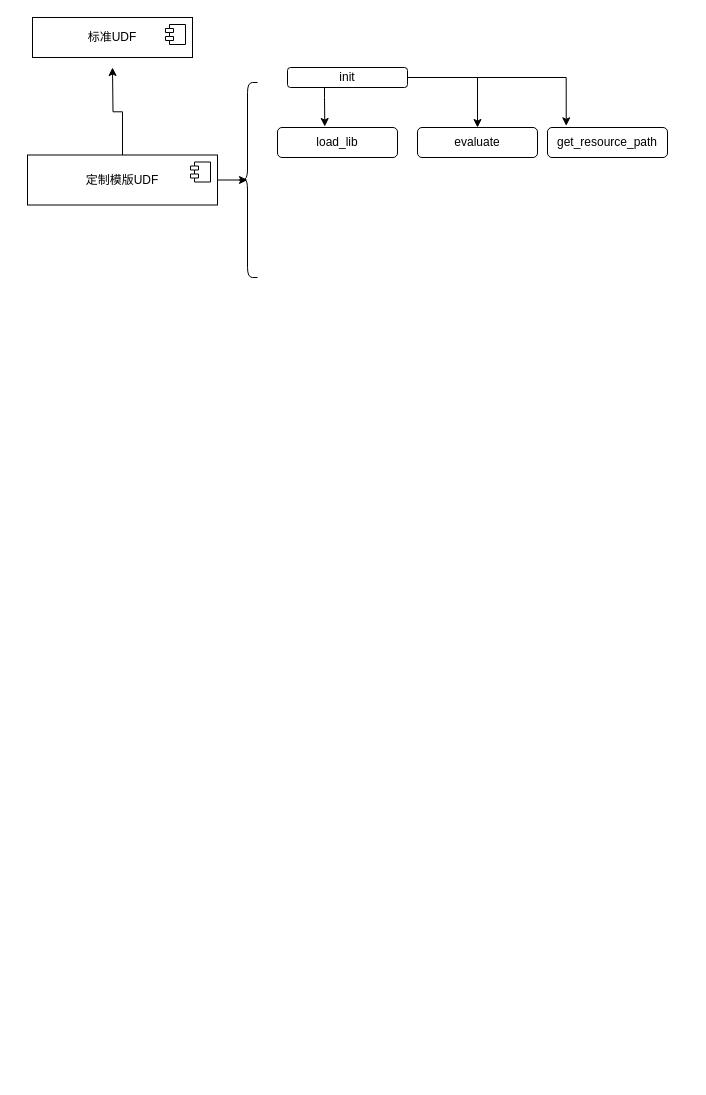
Before: 未命名绘图.drawio in nieo2002/20K-cities, a draw.io diagram. Source tidied: cells renumbered, new cells numbered last; positions are measured from the earlier drawing's top-left corner, leaving out a move shared by most shapes. Both pictures are drawn from the tidied source at 100%, with x=0, y=0 at pixel (27, 17).
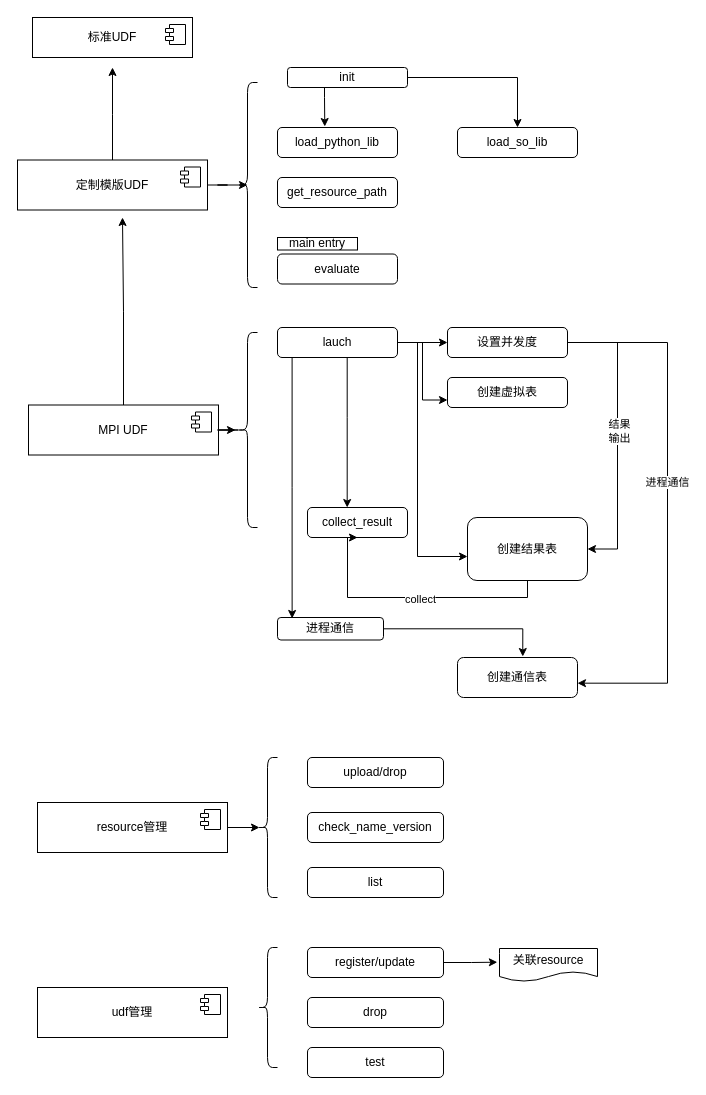
Above is the later version.

Unchanged cells that the change refers to:
```xml
<mxCell id="10" value="init" style="rounded=1;whiteSpace=wrap;html=1;" parent="1" vertex="1">
  <mxGeometry x="260" y="50" width="120" height="20" as="geometry" />
</mxCell>
```

The edit, as a diff of the source:
```diff
@@
     <mxCell id="5" value="定制模版UDF" style="html=1;whiteSpace=wrap;" parent="1" vertex="1">
-      <mxGeometry y="137.5" width="190" height="50" as="geometry" />
+      <mxGeometry x="-10" y="142.5" width="190" height="50" as="geometry" />
     </mxCell>
@@
     <mxCell id="7" style="shape=curlyBracket;whiteSpace=wrap;html=1;rounded=1;labelPosition=left;verticalLabelPosition=middle;align=right;verticalAlign=middle;" parent="1" vertex="1">
-      <mxGeometry x="210" y="65" width="20" height="195" as="geometry" />
+      <mxGeometry x="210" y="65" width="20" height="205" as="geometry" />
     </mxCell>
@@
-    <mxCell id="9" style="edgeStyle=orthogonalEdgeStyle;rounded=0;jettySize=auto;html=1;entryX=0.5;entryY=0;entryDx=0;entryDy=0;" parent="1" edge="1" source="10" target="15">
-      <mxGeometry relative="1" as="geometry" />
-    </mxCell>
+    <mxCell id="16" style="edgeStyle=orthogonalEdgeStyle;rounded=0;jettySize=auto;html=1;" parent="1" edge="1" source="10" target="17">
+      <mxGeometry relative="1" as="geometry" />
+    </mxCell>
@@
     <mxCell id="11" value="get_resource_path" style="rounded=1;whiteSpace=wrap;html=1;" parent="1" vertex="1">
-      <mxGeometry x="520" y="110" width="120" height="30" as="geometry" />
+      <mxGeometry x="250" y="160" width="120" height="30" as="geometry" />
     </mxCell>
-    <mxCell id="12" value="load_lib" style="rounded=1;whiteSpace=wrap;html=1;" parent="1" vertex="1">
+    <mxCell id="12" value="load_python_lib" style="rounded=1;whiteSpace=wrap;html=1;" parent="1" vertex="1">
       <mxGeometry x="250" y="110" width="120" height="30" as="geometry" />
     </mxCell>
@@
-    <mxCell id="14" style="edgeStyle=orthogonalEdgeStyle;rounded=0;jettySize=auto;html=1;entryX=0.156;entryY=-0.056;entryDx=0;entryDy=0;entryPerimeter=0;" parent="1" edge="1" source="10" target="11">
-      <mxGeometry relative="1" as="geometry" />
-    </mxCell>
     <mxCell id="15" value="evaluate" style="rounded=1;whiteSpace=wrap;html=1;" parent="1" vertex="1">
-      <mxGeometry x="390" y="110" width="120" height="30" as="geometry" />
+      <mxGeometry x="250" y="236.5" width="120" height="30" as="geometry" />
     </mxCell>
+    <mxCell id="17" value="load_so_lib" style="rounded=1;whiteSpace=wrap;html=1;" parent="1" vertex="1">
+      <mxGeometry x="430" y="110" width="120" height="30" as="geometry" />
+    </mxCell>
+    <mxCell id="18" value="main entry" style="rounded=0;whiteSpace=wrap;html=1;" parent="1" vertex="1">
+      <mxGeometry x="250" y="220" width="80" height="12.5" as="geometry" />
+    </mxCell>
+    <mxCell id="19" value="resource管理" style="html=1;whiteSpace=wrap;" parent="1" vertex="1">
+      <mxGeometry x="10" y="785" width="190" height="50" as="geometry" />
+    </mxCell>
+    <mxCell id="20" style="shape=module;jettyWidth=8;jettyHeight=4;" parent="19" vertex="1">
+      <mxGeometry x="1" width="20" height="20" relative="1" as="geometry">
+        <mxPoint x="-27" y="7" as="offset" />
+      </mxGeometry>
+    </mxCell>
+    <mxCell id="21" style="shape=curlyBracket;whiteSpace=wrap;html=1;rounded=1;labelPosition=left;verticalLabelPosition=middle;align=right;verticalAlign=middle;" parent="1" vertex="1">
+      <mxGeometry x="230" y="740" width="20" height="140" as="geometry" />
+    </mxCell>
+    <mxCell id="22" value="upload/drop" style="rounded=1;whiteSpace=wrap;html=1;" parent="1" vertex="1">
+      <mxGeometry x="280" y="740" width="136" height="30" as="geometry" />
+    </mxCell>
+    <mxCell id="23" value="check_name_version" style="rounded=1;whiteSpace=wrap;html=1;" parent="1" vertex="1">
+      <mxGeometry x="280" y="795" width="136" height="30" as="geometry" />
+    </mxCell>
+    <mxCell id="24" style="edgeStyle=orthogonalEdgeStyle;rounded=0;jettySize=auto;html=1;entryX=0.1;entryY=0.5;entryDx=0;entryDy=0;entryPerimeter=0;" parent="1" edge="1" source="19" target="21">
+      <mxGeometry relative="1" as="geometry" />
+    </mxCell>
+    <mxCell id="25" value="udf管理" style="html=1;whiteSpace=wrap;" parent="1" vertex="1">
+      <mxGeometry x="10" y="970" width="190" height="50" as="geometry" />
+    </mxCell>
+    <mxCell id="26" style="shape=module;jettyWidth=8;jettyHeight=4;" parent="25" vertex="1">
+      <mxGeometry x="1" width="20" height="20" relative="1" as="geometry">
+        <mxPoint x="-27" y="7" as="offset" />
+      </mxGeometry>
+    </mxCell>
+    <mxCell id="27" style="shape=curlyBracket;whiteSpace=wrap;html=1;rounded=1;labelPosition=left;verticalLabelPosition=middle;align=right;verticalAlign=middle;" parent="1" vertex="1">
+      <mxGeometry x="230" y="930" width="20" height="120" as="geometry" />
+    </mxCell>
+    <mxCell id="28" value="register/update" style="rounded=1;whiteSpace=wrap;html=1;" parent="1" vertex="1">
+      <mxGeometry x="280" y="930" width="136" height="30" as="geometry" />
+    </mxCell>
+    <mxCell id="29" value="test" style="rounded=1;whiteSpace=wrap;html=1;" parent="1" vertex="1">
+      <mxGeometry x="280" y="1030" width="136" height="30" as="geometry" />
+    </mxCell>
+    <mxCell id="30" value="drop" style="rounded=1;whiteSpace=wrap;html=1;" parent="1" vertex="1">
+      <mxGeometry x="280" y="980" width="136" height="30" as="geometry" />
+    </mxCell>
+    <mxCell id="31" value="关联resource" style="shape=document;whiteSpace=wrap;html=1;boundedLbl=1;" parent="1" vertex="1">
+      <mxGeometry x="472" y="931" width="98" height="33" as="geometry" />
+    </mxCell>
+    <mxCell id="32" style="edgeStyle=orthogonalEdgeStyle;rounded=0;jettySize=auto;html=1;entryX=-0.022;entryY=0.415;entryDx=0;entryDy=0;entryPerimeter=0;" parent="1" edge="1" source="28" target="31">
+      <mxGeometry relative="1" as="geometry" />
+    </mxCell>
+    <mxCell id="33" value="list" style="rounded=1;whiteSpace=wrap;html=1;" parent="1" vertex="1">
+      <mxGeometry x="280" y="850" width="136" height="30" as="geometry" />
+    </mxCell>
+    <mxCell id="34" style="edgeStyle=orthogonalEdgeStyle;rounded=0;jettySize=auto;html=1;" parent="1" edge="1" source="35">
+      <mxGeometry relative="1" as="geometry">
+        <mxPoint x="95" y="200" as="targetPoint" />
+      </mxGeometry>
+    </mxCell>
+    <mxCell id="35" value="MPI UDF" style="html=1;whiteSpace=wrap;" parent="1" vertex="1">
+      <mxGeometry x="1" y="387.5" width="190" height="50" as="geometry" />
+    </mxCell>
+    <mxCell id="36" style="shape=module;jettyWidth=8;jettyHeight=4;" parent="35" vertex="1">
+      <mxGeometry x="1" width="20" height="20" relative="1" as="geometry">
+        <mxPoint x="-27" y="7" as="offset" />
+      </mxGeometry>
+    </mxCell>
+    <mxCell id="37" style="edgeStyle=orthogonalEdgeStyle;rounded=0;jettySize=auto;html=1;entryX=0;entryY=0.5;entryDx=0;entryDy=0;" parent="1" edge="1" source="40" target="43">
+      <mxGeometry relative="1" as="geometry" />
+    </mxCell>
+    <mxCell id="38" style="edgeStyle=orthogonalEdgeStyle;rounded=0;jettySize=auto;html=1;entryX=0;entryY=0.75;entryDx=0;entryDy=0;" parent="1" edge="1" source="40" target="44">
+      <mxGeometry relative="1" as="geometry" />
+    </mxCell>
+    <mxCell id="39" style="edgeStyle=orthogonalEdgeStyle;rounded=0;orthogonalLoop=1;jettySize=auto;html=1;" parent="1" edge="1">
+      <mxGeometry relative="1" as="geometry">
+        <mxPoint x="319.7" y="340" as="sourcePoint" />
+        <mxPoint x="319.7" y="490" as="targetPoint" />
+        <Array as="points">
+          <mxPoint x="319.7" y="400" />
+          <mxPoint x="319.7" y="400" />
+        </Array>
+      </mxGeometry>
+    </mxCell>
+    <mxCell id="40" value="lauch" style="rounded=1;whiteSpace=wrap;html=1;" parent="1" vertex="1">
+      <mxGeometry x="250" y="310" width="120" height="30" as="geometry" />
+    </mxCell>
+    <mxCell id="41" style="edgeStyle=orthogonalEdgeStyle;rounded=0;jettySize=auto;html=1;entryX=1;entryY=0.5;entryDx=0;entryDy=0;" parent="1" edge="1" source="43" target="50">
+      <mxGeometry relative="1" as="geometry">
+        <Array as="points">
+          <mxPoint x="590" y="325" />
+          <mxPoint x="590" y="532" />
+        </Array>
+      </mxGeometry>
+    </mxCell>
+    <mxCell id="42" value="结果&lt;br&gt;输出" style="edgeLabel;html=1;align=center;verticalAlign=middle;" parent="41" vertex="1">
+      <mxGeometry x="-0.04" y="1" relative="1" as="geometry" />
+    </mxCell>
+    <mxCell id="43" value="设置并发度" style="rounded=1;whiteSpace=wrap;html=1;" parent="1" vertex="1">
+      <mxGeometry x="420" y="310" width="120" height="30" as="geometry" />
+    </mxCell>
+    <mxCell id="44" value="创建虚拟表" style="rounded=1;whiteSpace=wrap;html=1;" parent="1" vertex="1">
+      <mxGeometry x="420" y="360" width="120" height="30" as="geometry" />
+    </mxCell>
+    <mxCell id="45" style="shape=curlyBracket;whiteSpace=wrap;html=1;rounded=1;labelPosition=left;verticalLabelPosition=middle;align=right;verticalAlign=middle;" parent="1" vertex="1">
+      <mxGeometry x="210" y="315" width="20" height="195" as="geometry" />
+    </mxCell>
+    <mxCell id="46" style="edgeStyle=orthogonalEdgeStyle;rounded=0;jettySize=auto;html=1;entryX=-0.1;entryY=0.5;entryDx=0;entryDy=0;entryPerimeter=0;" parent="1" edge="1" source="35" target="45">
+      <mxGeometry relative="1" as="geometry" />
+    </mxCell>
+    <mxCell id="47" value="collect_result" style="rounded=1;whiteSpace=wrap;html=1;" parent="1" vertex="1">
+      <mxGeometry x="280" y="490" width="100" height="30" as="geometry" />
+    </mxCell>
+    <mxCell id="48" style="edgeStyle=orthogonalEdgeStyle;rounded=0;jettySize=auto;html=1;entryX=0.5;entryY=1;entryDx=0;entryDy=0;" parent="1" edge="1" source="50" target="47">
+      <mxGeometry relative="1" as="geometry">
+        <Array as="points">
+          <mxPoint x="500" y="580" />
+          <mxPoint x="320" y="580" />
+        </Array>
+      </mxGeometry>
+    </mxCell>
+    <mxCell id="49" value="collect" style="edgeLabel;html=1;align=center;verticalAlign=middle;" parent="48" vertex="1">
+      <mxGeometry x="-0.06" y="1" relative="1" as="geometry" />
+    </mxCell>
+    <mxCell id="50" value="创建结果表" style="rounded=1;whiteSpace=wrap;html=1;" parent="1" vertex="1">
+      <mxGeometry x="440" y="500" width="120" height="63" as="geometry" />
+    </mxCell>
+    <mxCell id="51" style="edgeStyle=orthogonalEdgeStyle;rounded=0;orthogonalLoop=1;jettySize=auto;html=1;exitX=0.5;exitY=1;exitDx=0;exitDy=0;" parent="1" edge="1" source="50" target="50">
+      <mxGeometry relative="1" as="geometry" />
+    </mxCell>
+    <mxCell id="52" style="edgeStyle=orthogonalEdgeStyle;rounded=0;jettySize=auto;html=1;entryX=0;entryY=0.619;entryDx=0;entryDy=0;entryPerimeter=0;" parent="1" edge="1" source="40" target="50">
+      <mxGeometry relative="1" as="geometry">
+        <Array as="points">
+          <mxPoint x="390" y="325" />
+          <mxPoint x="390" y="539" />
+        </Array>
+      </mxGeometry>
+    </mxCell>
+    <mxCell id="53" value="进程通信" style="rounded=1;whiteSpace=wrap;html=1;" parent="1" vertex="1">
+      <mxGeometry x="250" y="600" width="106" height="22.5" as="geometry" />
+    </mxCell>
+    <mxCell id="54" style="edgeStyle=orthogonalEdgeStyle;rounded=0;jettySize=auto;html=1;entryX=0.138;entryY=0.044;entryDx=0;entryDy=0;entryPerimeter=0;" parent="1" edge="1" source="40" target="53">
+      <mxGeometry relative="1" as="geometry">
+        <Array as="points">
+          <mxPoint x="265" y="470" />
+        </Array>
+      </mxGeometry>
+    </mxCell>
+    <mxCell id="55" value="创建通信表" style="rounded=1;whiteSpace=wrap;html=1;" parent="1" vertex="1">
+      <mxGeometry x="430" y="640" width="120" height="40" as="geometry" />
+    </mxCell>
+    <mxCell id="56" style="edgeStyle=orthogonalEdgeStyle;rounded=0;jettySize=auto;html=1;entryX=0.544;entryY=-0.025;entryDx=0;entryDy=0;entryPerimeter=0;" parent="1" edge="1" source="53" target="55">
+      <mxGeometry relative="1" as="geometry" />
+    </mxCell>
+    <mxCell id="57" style="edgeStyle=orthogonalEdgeStyle;rounded=0;jettySize=auto;html=1;entryX=1;entryY=0.642;entryDx=0;entryDy=0;entryPerimeter=0;" parent="1" edge="1" source="43" target="55">
+      <mxGeometry relative="1" as="geometry">
+        <Array as="points">
+          <mxPoint x="640" y="325" />
+          <mxPoint x="640" y="666" />
+        </Array>
+      </mxGeometry>
+    </mxCell>
+    <mxCell id="58" value="进程通信" style="edgeLabel;html=1;align=center;verticalAlign=middle;" parent="57" vertex="1">
+      <mxGeometry x="-0.1" y="-1" relative="1" as="geometry" />
+    </mxCell>
```
